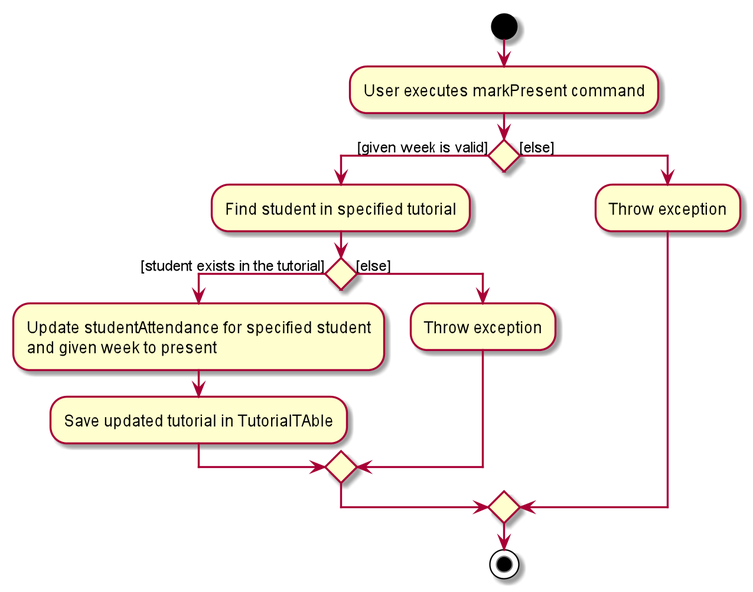
Before: images/TutorialMarkPresentActivityDiagram.png, a diagram exported from PlantUML (AY1920-CS2103-W15-3/addressbook-level3). The source it was exported from:
```plantuml
@startuml
start
:User executes markPresent command;

if () then ([given week is valid])
:Find student in specified tutorial;

if () then ([student exists in the tutorial])
    :Update studentAttendance for specified student
    and given week to present;
    :Save updated tutorial in TutorialTAble;
else ([else])
    :Throw exception;
endif
else ([else])
    :Throw exception;
endif

stop
@enduml
```
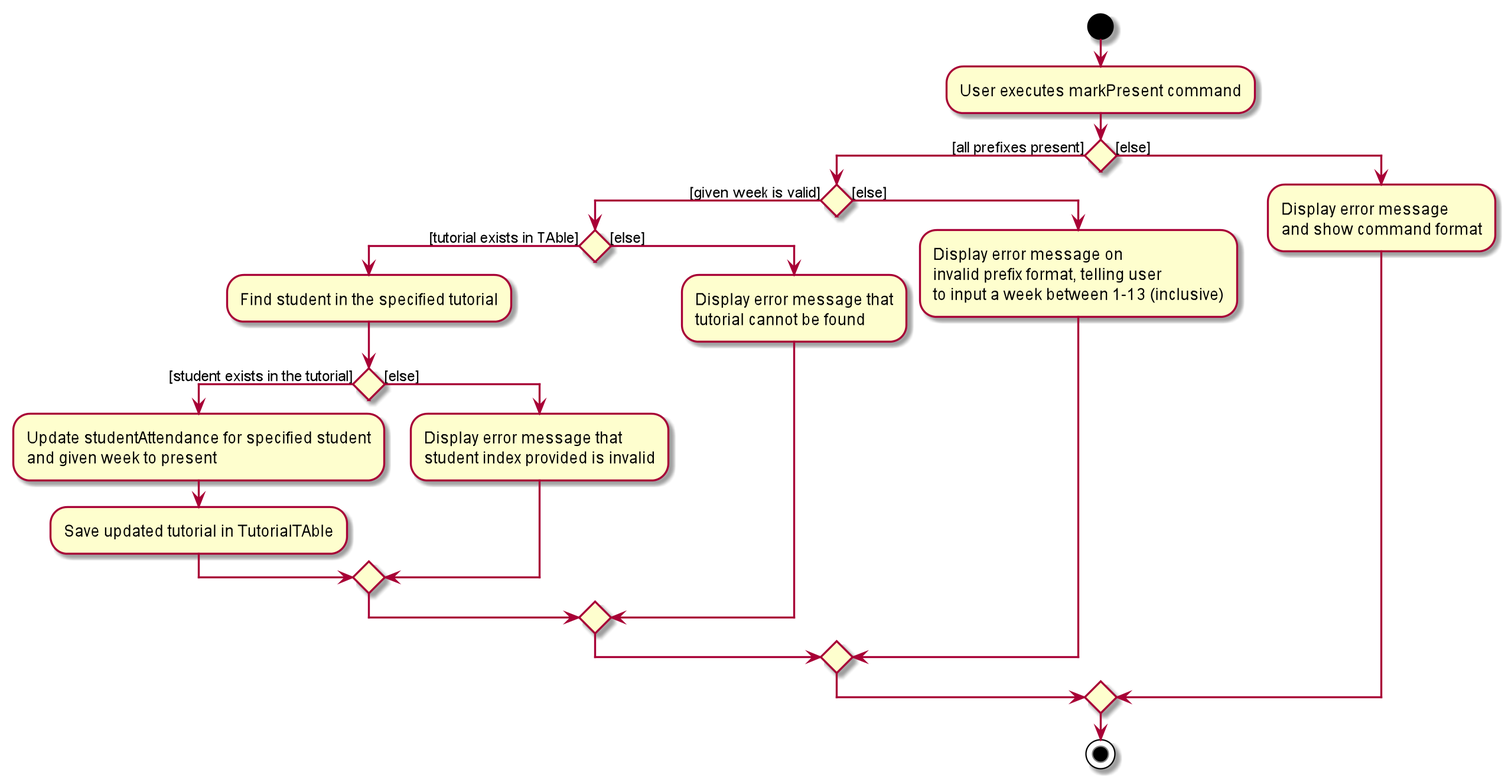
The same diagram one commit later.

What changed in the source:
```diff
@@ -2,18 +2,31 @@
 start
 :User executes markPresent command;
 
-if () then ([given week is valid])
-:Find student in specified tutorial;
+if () then ([all prefixes present])
+    if () then ([given week is valid])
+        if () then ([tutorial exists in TAble])
+            :Find student in the specified tutorial;
 
-if () then ([student exists in the tutorial])
-    :Update studentAttendance for specified student
-    and given week to present;
-    :Save updated tutorial in TutorialTAble;
+            if () then ([student exists in the tutorial])
+                :Update studentAttendance for specified student
+                and given week to present;
+                :Save updated tutorial in TutorialTAble;
+            else ([else])
+                :Display error message that
+                student index provided is invalid;
+            endif
+        else ([else])
+            :Display error message that
+            tutorial cannot be found;
+        endif
+    else ([else])
+        :Display error message on
+        invalid prefix format, telling user
+        to input a week between 1-13 (inclusive);
+    endif
 else ([else])
-    :Throw exception;
-endif
-else ([else])
-    :Throw exception;
+   :Display error message
+   and show command format;
 endif
 
 stop
```
